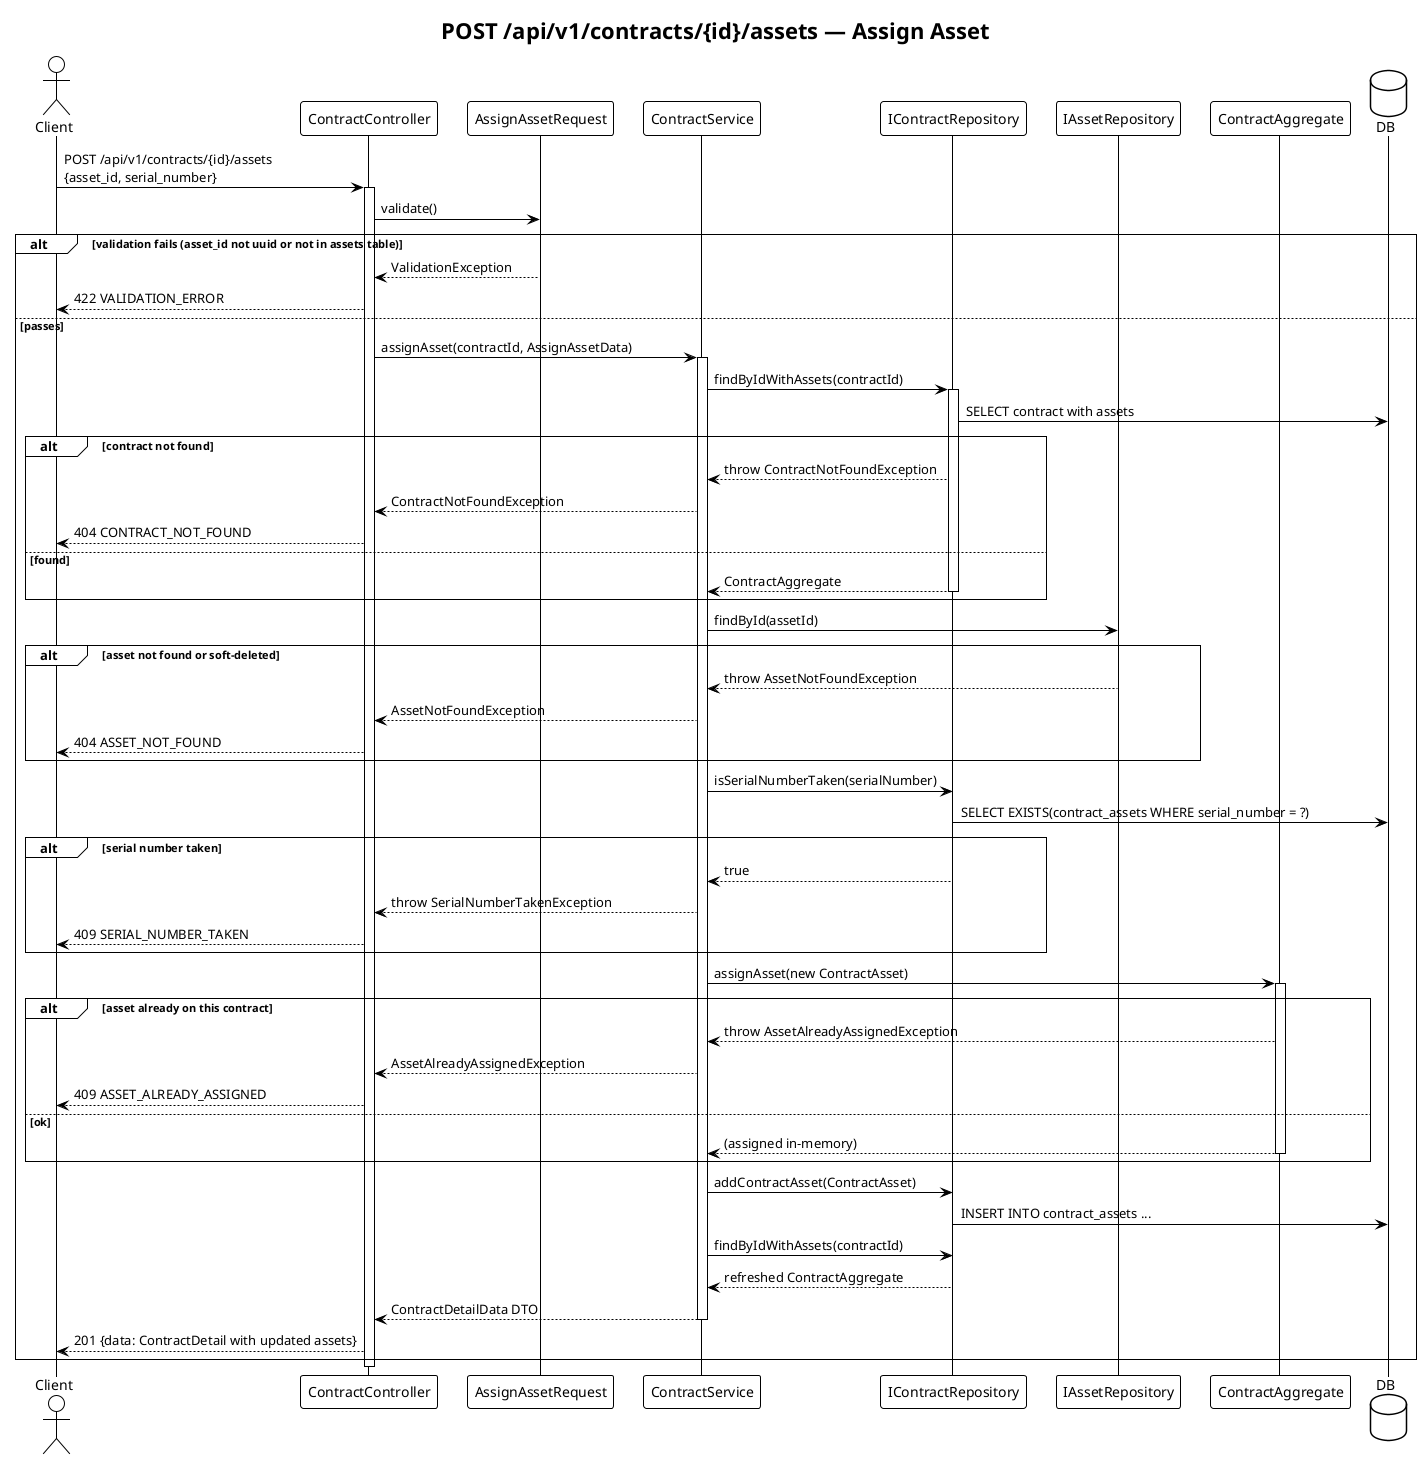
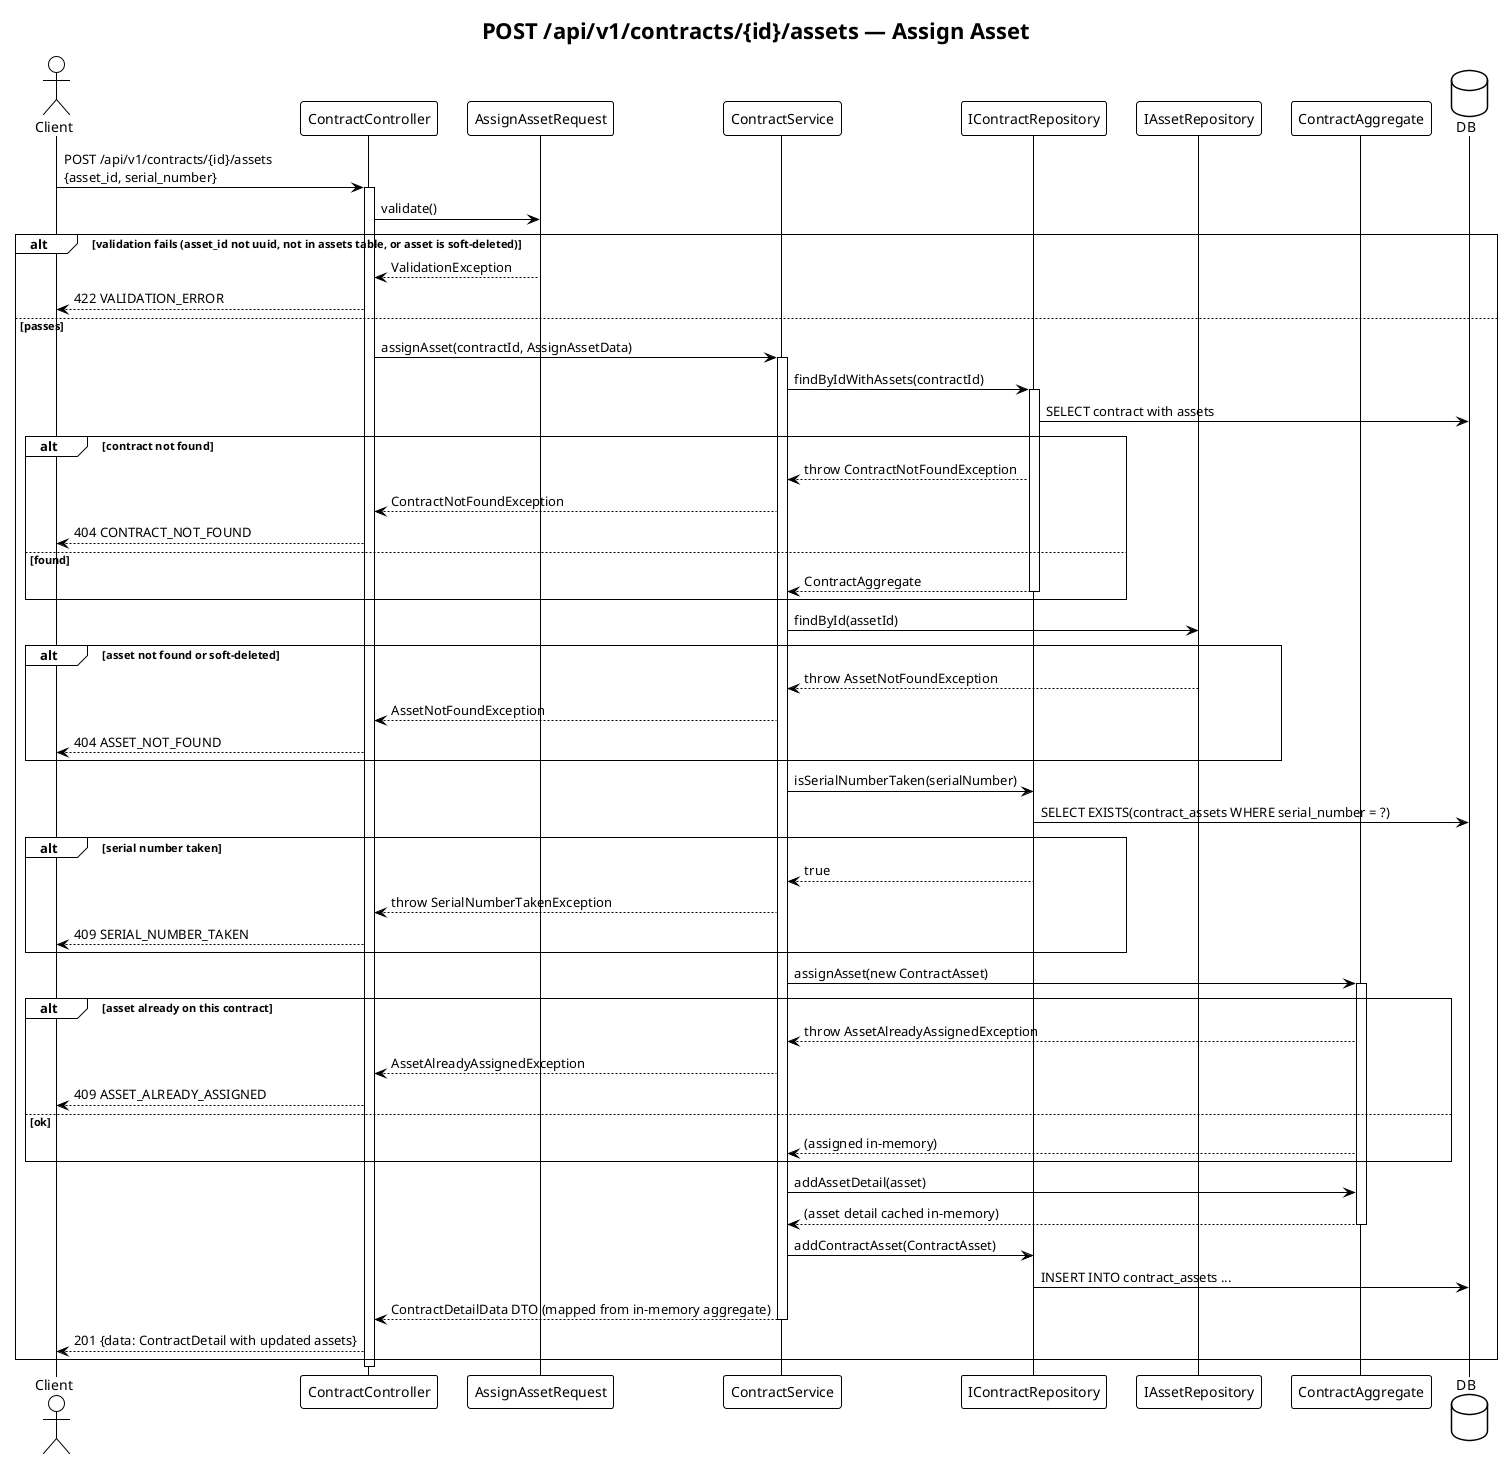
@startuml assign-asset
!theme plain
title POST /api/v1/contracts/{id}/assets — Assign Asset

actor Client
participant "ContractController" as Controller
participant "AssignAssetRequest" as Request
participant "ContractService" as Service
participant "IContractRepository" as IContRepo
participant "IAssetRepository" as IAssetRepo
participant "ContractAggregate" as Aggregate
database DB

Client -> Controller : POST /api/v1/contracts/{id}/assets\n{asset_id, serial_number}
activate Controller
Controller -> Request : validate()

- alt validation fails (asset_id not uuid or not in assets table)
+ alt validation fails (asset_id not uuid, not in assets table, or asset is soft-deleted)
    Request --> Controller : ValidationException
    Controller --> Client : 422 VALIDATION_ERROR
else passes
    Controller -> Service : assignAsset(contractId, AssignAssetData)
    activate Service

    Service -> IContRepo : findByIdWithAssets(contractId)
    activate IContRepo
    IContRepo -> DB : SELECT contract with assets
    alt contract not found
        IContRepo --> Service : throw ContractNotFoundException
        Service --> Controller : ContractNotFoundException
        Controller --> Client : 404 CONTRACT_NOT_FOUND
    else found
        IContRepo --> Service : ContractAggregate
        deactivate IContRepo
    end

    Service -> IAssetRepo : findById(assetId)
    alt asset not found or soft-deleted
        IAssetRepo --> Service : throw AssetNotFoundException
        Service --> Controller : AssetNotFoundException
        Controller --> Client : 404 ASSET_NOT_FOUND
    end

    Service -> IContRepo : isSerialNumberTaken(serialNumber)
    IContRepo -> DB : SELECT EXISTS(contract_assets WHERE serial_number = ?)
    alt serial number taken
        IContRepo --> Service : true
        Service --> Controller : throw SerialNumberTakenException
        Controller --> Client : 409 SERIAL_NUMBER_TAKEN
    end

    Service -> Aggregate : assignAsset(new ContractAsset)
    activate Aggregate
    alt asset already on this contract
        Aggregate --> Service : throw AssetAlreadyAssignedException
        Service --> Controller : AssetAlreadyAssignedException
        Controller --> Client : 409 ASSET_ALREADY_ASSIGNED
    else ok
        Aggregate --> Service : (assigned in-memory)
-         deactivate Aggregate
    end
+ 
+     Service -> Aggregate : addAssetDetail(asset)
+     Aggregate --> Service : (asset detail cached in-memory)
+     deactivate Aggregate

    Service -> IContRepo : addContractAsset(ContractAsset)
    IContRepo -> DB : INSERT INTO contract_assets ...

-     Service -> IContRepo : findByIdWithAssets(contractId)
-     IContRepo --> Service : refreshed ContractAggregate
- 
-     Service --> Controller : ContractDetailData DTO
+     Service --> Controller : ContractDetailData DTO (mapped from in-memory aggregate)
    deactivate Service
    Controller --> Client : 201 {data: ContractDetail with updated assets}
end

deactivate Controller
@enduml
